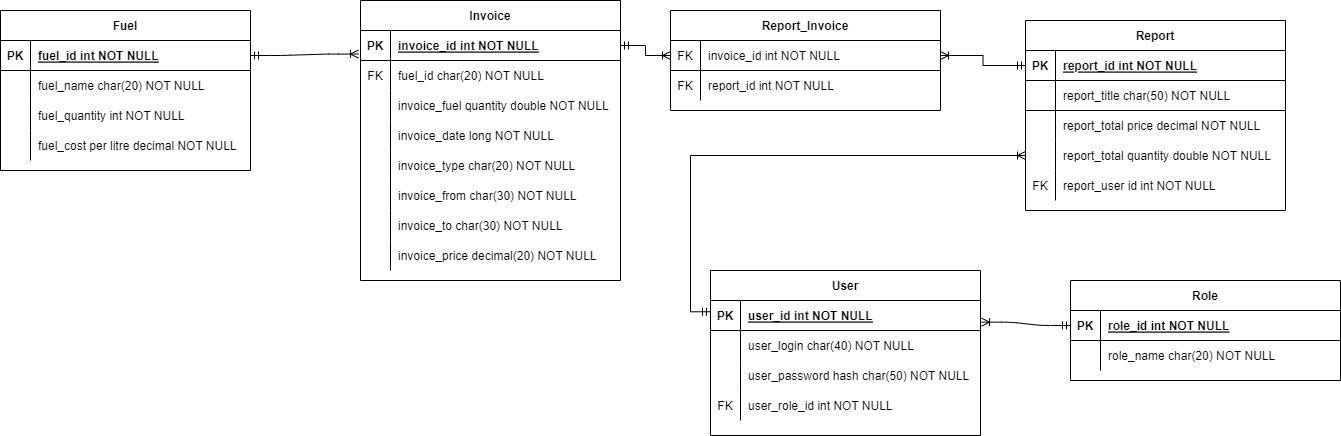
Above: doc/images/ER-Diagram.png in NyIIIa/GasStation (draw.io), before the change. Source tidied: cells renumbered, new cells last; positions are measured from the earlier drawing's top-left corner, leaving out a move shared by most shapes.
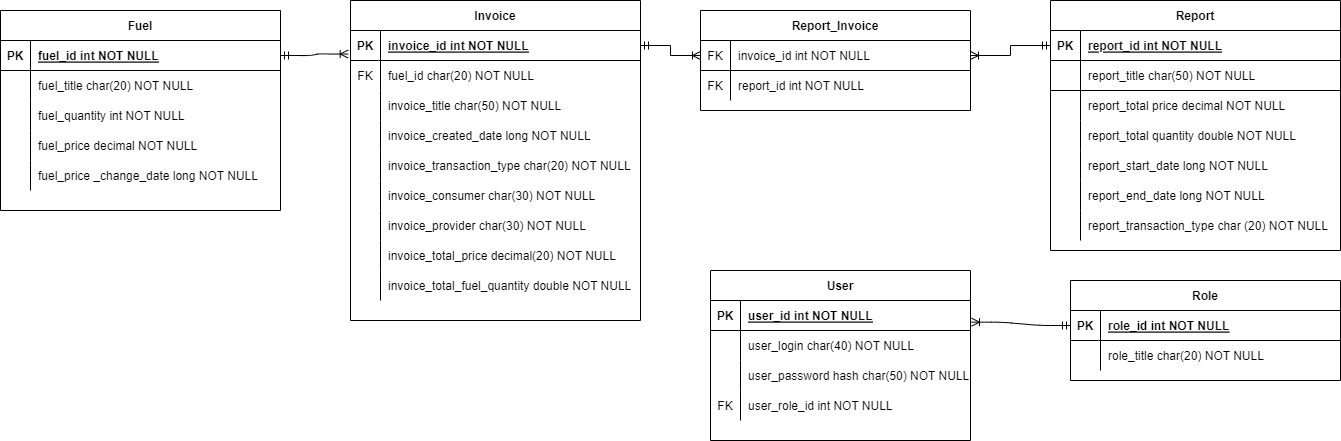
After the change.

Change to the diagram source:
```diff
@@ -5,6 +5,6 @@
     <mxCell id="2" value="Invoice" style="shape=table;startSize=30;rowLines=0;fontStyle=1;align=center;" parent="1" vertex="1">
-      <mxGeometry x="360" width="260" height="280" as="geometry" />
+      <mxGeometry x="350" width="290" height="320" as="geometry" />
     </mxCell>
     <mxCell id="3" style="shape=partialRectangle;fillColor=none;points=[[0,0.5],[1,0.5]];portConstraint=eastwest;top=0;left=0;right=0;bottom=1;" parent="2" vertex="1">
-      <mxGeometry y="30" width="260" height="30" as="geometry" />
+      <mxGeometry y="30" width="290" height="30" as="geometry" />
     </mxCell>
@@ -14,6 +14,6 @@
     <mxCell id="5" value="invoice_id int NOT NULL " style="shape=partialRectangle;overflow=hidden;fillColor=none;top=0;left=0;bottom=0;right=0;align=left;spacingLeft=6;fontStyle=5;" parent="3" vertex="1">
-      <mxGeometry x="30" width="230" height="30" as="geometry" />
+      <mxGeometry x="30" width="260" height="30" as="geometry" />
     </mxCell>
     <mxCell id="6" style="shape=partialRectangle;fillColor=none;top=0;left=0;right=0;bottom=0;" parent="2" vertex="1">
-      <mxGeometry y="60" width="260" height="30" as="geometry" />
+      <mxGeometry y="60" width="290" height="30" as="geometry" />
     </mxCell>
@@ -23,6 +23,6 @@
     <mxCell id="8" value="fuel_id char(20) NOT NULL" style="shape=partialRectangle;overflow=hidden;fillColor=none;top=0;left=0;bottom=0;right=0;align=left;spacingLeft=6;" parent="6" vertex="1">
-      <mxGeometry x="30" width="230" height="30" as="geometry" />
+      <mxGeometry x="30" width="260" height="30" as="geometry" />
     </mxCell>
     <mxCell id="9" style="shape=partialRectangle;fillColor=none;top=0;left=0;right=0;bottom=0;" parent="2" vertex="1">
-      <mxGeometry y="90" width="260" height="30" as="geometry" />
+      <mxGeometry y="90" width="290" height="30" as="geometry" />
     </mxCell>
@@ -31,7 +31,7 @@
     </mxCell>
-    <mxCell id="11" value="invoice_fuel quantity double NOT NULL" style="shape=partialRectangle;overflow=hidden;fillColor=none;top=0;left=0;bottom=0;right=0;align=left;spacingLeft=6;" parent="9" vertex="1">
-      <mxGeometry x="30" width="230" height="30" as="geometry" />
+    <mxCell id="11" value="invoice_title char(50) NOT NULL" style="shape=partialRectangle;overflow=hidden;fillColor=none;top=0;left=0;bottom=0;right=0;align=left;spacingLeft=6;" parent="9" vertex="1">
+      <mxGeometry x="30" width="260" height="30" as="geometry" />
     </mxCell>
     <mxCell id="12" style="shape=partialRectangle;fillColor=none;top=0;left=0;right=0;bottom=0;" parent="2" vertex="1">
-      <mxGeometry y="120" width="260" height="30" as="geometry" />
+      <mxGeometry y="120" width="290" height="30" as="geometry" />
     </mxCell>
@@ -40,7 +40,7 @@
     </mxCell>
-    <mxCell id="14" value="invoice_date long NOT NULL" style="shape=partialRectangle;overflow=hidden;fillColor=none;top=0;left=0;bottom=0;right=0;align=left;spacingLeft=6;" parent="12" vertex="1">
-      <mxGeometry x="30" width="230" height="30" as="geometry" />
+    <mxCell id="14" value="invoice_created_date long NOT NULL" style="shape=partialRectangle;overflow=hidden;fillColor=none;top=0;left=0;bottom=0;right=0;align=left;spacingLeft=6;" parent="12" vertex="1">
+      <mxGeometry x="30" width="260" height="30" as="geometry" />
     </mxCell>
     <mxCell id="15" style="shape=partialRectangle;fillColor=none;top=0;left=0;right=0;bottom=0;" parent="2" vertex="1">
-      <mxGeometry y="150" width="260" height="30" as="geometry" />
+      <mxGeometry y="150" width="290" height="30" as="geometry" />
     </mxCell>
@@ -49,7 +49,7 @@
     </mxCell>
-    <mxCell id="17" value="invoice_type char(20) NOT NULL" style="shape=partialRectangle;overflow=hidden;fillColor=none;top=0;left=0;bottom=0;right=0;align=left;spacingLeft=6;" parent="15" vertex="1">
-      <mxGeometry x="30" width="230" height="30" as="geometry" />
+    <mxCell id="17" value="invoice_transaction_type char(20) NOT NULL" style="shape=partialRectangle;overflow=hidden;fillColor=none;top=0;left=0;bottom=0;right=0;align=left;spacingLeft=6;" parent="15" vertex="1">
+      <mxGeometry x="30" width="260" height="30" as="geometry" />
     </mxCell>
     <mxCell id="18" style="shape=partialRectangle;fillColor=none;top=0;left=0;right=0;bottom=0;" parent="2" vertex="1">
-      <mxGeometry y="180" width="260" height="30" as="geometry" />
+      <mxGeometry y="180" width="290" height="30" as="geometry" />
     </mxCell>
@@ -58,7 +58,7 @@
     </mxCell>
-    <mxCell id="20" value="invoice_from char(30) NOT NULL" style="shape=partialRectangle;overflow=hidden;fillColor=none;top=0;left=0;bottom=0;right=0;align=left;spacingLeft=6;" parent="18" vertex="1">
-      <mxGeometry x="30" width="230" height="30" as="geometry" />
+    <mxCell id="20" value="invoice_consumer char(30) NOT NULL" style="shape=partialRectangle;overflow=hidden;fillColor=none;top=0;left=0;bottom=0;right=0;align=left;spacingLeft=6;" parent="18" vertex="1">
+      <mxGeometry x="30" width="260" height="30" as="geometry" />
     </mxCell>
     <mxCell id="21" style="shape=partialRectangle;fillColor=none;top=0;left=0;right=0;bottom=0;" parent="2" vertex="1">
-      <mxGeometry y="210" width="260" height="30" as="geometry" />
+      <mxGeometry y="210" width="290" height="30" as="geometry" />
     </mxCell>
@@ -67,7 +67,16 @@
     </mxCell>
-    <mxCell id="23" value="invoice_to char(30) NOT NULL" style="shape=partialRectangle;overflow=hidden;fillColor=none;top=0;left=0;bottom=0;right=0;align=left;spacingLeft=6;" parent="21" vertex="1">
-      <mxGeometry x="30" width="230" height="30" as="geometry" />
+    <mxCell id="23" value="invoice_provider char(30) NOT NULL" style="shape=partialRectangle;overflow=hidden;fillColor=none;top=0;left=0;bottom=0;right=0;align=left;spacingLeft=6;" parent="21" vertex="1">
+      <mxGeometry x="30" width="260" height="30" as="geometry" />
     </mxCell>
+    <mxCell id="88" style="shape=partialRectangle;fillColor=none;top=0;left=0;right=0;bottom=0;" parent="2" vertex="1">
+      <mxGeometry y="240" width="290" height="30" as="geometry" />
+    </mxCell>
+    <mxCell id="89" style="shape=partialRectangle;overflow=hidden;fillColor=none;top=0;left=0;bottom=0;right=0;" parent="88" vertex="1">
+      <mxGeometry width="30" height="30" as="geometry" />
+    </mxCell>
+    <mxCell id="90" value="invoice_total_price decimal(20) NOT NULL" style="shape=partialRectangle;overflow=hidden;fillColor=none;top=0;left=0;bottom=0;right=0;align=left;spacingLeft=6;" parent="88" vertex="1">
+      <mxGeometry x="30" width="260" height="30" as="geometry" />
+    </mxCell>
     <mxCell id="24" style="shape=partialRectangle;fillColor=none;top=0;left=0;right=0;bottom=0;" parent="2" vertex="1">
-      <mxGeometry y="240" width="260" height="30" as="geometry" />
+      <mxGeometry y="270" width="290" height="30" as="geometry" />
     </mxCell>
@@ -76,13 +85,10 @@
     </mxCell>
-    <mxCell id="26" value="invoice_price decimal(20) NOT NULL" style="shape=partialRectangle;overflow=hidden;fillColor=none;top=0;left=0;bottom=0;right=0;align=left;spacingLeft=6;" parent="24" vertex="1">
-      <mxGeometry x="30" width="230" height="30" as="geometry" />
+    <mxCell id="26" value="invoice_total_fuel_quantity double NOT NULL" style="shape=partialRectangle;overflow=hidden;fillColor=none;top=0;left=0;bottom=0;right=0;align=left;spacingLeft=6;" parent="24" vertex="1">
+      <mxGeometry x="30" width="260" height="30" as="geometry" />
     </mxCell>
-    <mxCell id="27" style="edgeStyle=orthogonalEdgeStyle;rounded=0;jettySize=auto;html=1;exitX=0;exitY=0.25;exitDx=0;exitDy=0;entryX=0;entryY=0.5;entryDx=0;entryDy=0;endArrow=ERoneToMany;endFill=0;startArrow=ERmandOne;startFill=0;" parent="1" edge="1" source="28" target="73">
-      <mxGeometry relative="1" as="geometry" />
-    </mxCell>
     <mxCell id="28" value="User" style="shape=table;startSize=30;rowLines=0;fontStyle=1;align=center;" parent="1" vertex="1">
-      <mxGeometry x="710" y="270" width="270" height="165" as="geometry" />
+      <mxGeometry x="710" y="270" width="260" height="170" as="geometry" />
     </mxCell>
     <mxCell id="29" style="shape=partialRectangle;fillColor=none;points=[[0,0.5],[1,0.5]];portConstraint=eastwest;top=0;left=0;right=0;bottom=1;" parent="28" vertex="1">
-      <mxGeometry y="30" width="270" height="30" as="geometry" />
+      <mxGeometry y="30" width="260" height="30" as="geometry" />
     </mxCell>
@@ -92,6 +98,6 @@
     <mxCell id="31" value="user_id int NOT NULL " style="shape=partialRectangle;overflow=hidden;fillColor=none;top=0;left=0;bottom=0;right=0;align=left;spacingLeft=6;fontStyle=5;" parent="29" vertex="1">
-      <mxGeometry x="30" width="240" height="30" as="geometry" />
+      <mxGeometry x="30" width="230" height="30" as="geometry" />
     </mxCell>
     <mxCell id="32" style="shape=partialRectangle;fillColor=none;top=0;left=0;right=0;bottom=0;" parent="28" vertex="1">
-      <mxGeometry y="60" width="270" height="30" as="geometry" />
+      <mxGeometry y="60" width="260" height="30" as="geometry" />
     </mxCell>
@@ -101,6 +107,6 @@
     <mxCell id="34" value="user_login char(40) NOT NULL" style="shape=partialRectangle;overflow=hidden;fillColor=none;top=0;left=0;bottom=0;right=0;align=left;spacingLeft=6;" parent="32" vertex="1">
-      <mxGeometry x="30" width="240" height="30" as="geometry" />
+      <mxGeometry x="30" width="230" height="30" as="geometry" />
     </mxCell>
     <mxCell id="35" style="shape=partialRectangle;fillColor=none;top=0;left=0;right=0;bottom=0;" parent="28" vertex="1">
-      <mxGeometry y="90" width="270" height="30" as="geometry" />
+      <mxGeometry y="90" width="260" height="30" as="geometry" />
     </mxCell>
@@ -110,6 +116,6 @@
     <mxCell id="37" value="user_password hash char(50) NOT NULL" style="shape=partialRectangle;overflow=hidden;fillColor=none;top=0;left=0;bottom=0;right=0;align=left;spacingLeft=6;" parent="35" vertex="1">
-      <mxGeometry x="30" width="240" height="30" as="geometry" />
+      <mxGeometry x="30" width="230" height="30" as="geometry" />
     </mxCell>
     <mxCell id="38" style="shape=partialRectangle;fillColor=none;top=0;left=0;right=0;bottom=0;" parent="28" vertex="1">
-      <mxGeometry y="120" width="270" height="30" as="geometry" />
+      <mxGeometry y="120" width="260" height="30" as="geometry" />
     </mxCell>
@@ -119,9 +125,9 @@
     <mxCell id="40" value="user_role_id int NOT NULL" style="shape=partialRectangle;overflow=hidden;fillColor=none;top=0;left=0;bottom=0;right=0;align=left;spacingLeft=6;" parent="38" vertex="1">
-      <mxGeometry x="30" width="240" height="30" as="geometry" />
+      <mxGeometry x="30" width="230" height="30" as="geometry" />
     </mxCell>
     <mxCell id="41" value="Fuel" style="shape=table;startSize=30;rowLines=0;fontStyle=1;align=center;" parent="1" vertex="1">
-      <mxGeometry y="10" width="250" height="160" as="geometry" />
+      <mxGeometry y="10" width="280" height="200" as="geometry" />
     </mxCell>
     <mxCell id="42" style="shape=partialRectangle;fillColor=none;points=[[0,0.5],[1,0.5]];portConstraint=eastwest;top=0;left=0;right=0;bottom=1;" parent="41" vertex="1">
-      <mxGeometry y="30" width="250" height="30" as="geometry" />
+      <mxGeometry y="30" width="280" height="30" as="geometry" />
     </mxCell>
@@ -131,6 +137,6 @@
     <mxCell id="44" value="fuel_id int NOT NULL " style="shape=partialRectangle;overflow=hidden;fillColor=none;top=0;left=0;bottom=0;right=0;align=left;spacingLeft=6;fontStyle=5;" parent="42" vertex="1">
-      <mxGeometry x="30" width="220" height="30" as="geometry" />
+      <mxGeometry x="30" width="250" height="30" as="geometry" />
     </mxCell>
     <mxCell id="45" style="shape=partialRectangle;fillColor=none;top=0;left=0;right=0;bottom=0;" parent="41" vertex="1">
-      <mxGeometry y="60" width="250" height="30" as="geometry" />
+      <mxGeometry y="60" width="280" height="30" as="geometry" />
     </mxCell>
@@ -139,7 +145,7 @@
     </mxCell>
-    <mxCell id="47" value="fuel_name char(20) NOT NULL" style="shape=partialRectangle;overflow=hidden;fillColor=none;top=0;left=0;bottom=0;right=0;align=left;spacingLeft=6;" parent="45" vertex="1">
-      <mxGeometry x="30" width="220" height="30" as="geometry" />
+    <mxCell id="47" value="fuel_title char(20) NOT NULL" style="shape=partialRectangle;overflow=hidden;fillColor=none;top=0;left=0;bottom=0;right=0;align=left;spacingLeft=6;" parent="45" vertex="1">
+      <mxGeometry x="30" width="250" height="30" as="geometry" />
     </mxCell>
     <mxCell id="48" style="shape=partialRectangle;fillColor=none;top=0;left=0;right=0;bottom=0;" parent="41" vertex="1">
-      <mxGeometry y="90" width="250" height="30" as="geometry" />
+      <mxGeometry y="90" width="280" height="30" as="geometry" />
     </mxCell>
@@ -149,13 +155,22 @@
     <mxCell id="50" value="fuel_quantity int NOT NULL" style="shape=partialRectangle;overflow=hidden;fillColor=none;top=0;left=0;bottom=0;right=0;align=left;spacingLeft=6;" parent="48" vertex="1">
-      <mxGeometry x="30" width="220" height="30" as="geometry" />
+      <mxGeometry x="30" width="250" height="30" as="geometry" />
     </mxCell>
-    <mxCell id="51" style="shape=partialRectangle;fillColor=none;top=0;left=0;right=0;bottom=0;" parent="41" vertex="1">
-      <mxGeometry y="120" width="250" height="30" as="geometry" />
-    </mxCell>
-    <mxCell id="52" style="shape=partialRectangle;overflow=hidden;fillColor=none;top=0;left=0;bottom=0;right=0;" parent="51" vertex="1">
-      <mxGeometry width="30" height="30" as="geometry" />
-    </mxCell>
-    <mxCell id="53" value="fuel_cost per litre decimal NOT NULL" style="shape=partialRectangle;overflow=hidden;fillColor=none;top=0;left=0;bottom=0;right=0;align=left;spacingLeft=6;" parent="51" vertex="1">
-      <mxGeometry x="30" width="220" height="30" as="geometry" />
-    </mxCell>
+    <mxCell id="91" style="shape=partialRectangle;fillColor=none;top=0;left=0;right=0;bottom=0;" parent="41" vertex="1">
+      <mxGeometry y="120" width="280" height="30" as="geometry" />
+    </mxCell>
+    <mxCell id="92" style="shape=partialRectangle;overflow=hidden;fillColor=none;top=0;left=0;bottom=0;right=0;" parent="91" vertex="1">
+      <mxGeometry width="30" height="30" as="geometry" />
+    </mxCell>
+    <mxCell id="93" value="fuel_price decimal NOT NULL" style="shape=partialRectangle;overflow=hidden;fillColor=none;top=0;left=0;bottom=0;right=0;align=left;spacingLeft=6;" parent="91" vertex="1">
+      <mxGeometry x="30" width="250" height="30" as="geometry" />
+    </mxCell>
+    <mxCell id="94" style="shape=partialRectangle;fillColor=none;top=0;left=0;right=0;bottom=0;" parent="41" vertex="1">
+      <mxGeometry y="150" width="280" height="30" as="geometry" />
+    </mxCell>
+    <mxCell id="95" style="shape=partialRectangle;overflow=hidden;fillColor=none;top=0;left=0;bottom=0;right=0;" parent="94" vertex="1">
+      <mxGeometry width="30" height="30" as="geometry" />
+    </mxCell>
+    <mxCell id="96" value="fuel_price _change_date long NOT NULL" style="shape=partialRectangle;overflow=hidden;fillColor=none;top=0;left=0;bottom=0;right=0;align=left;spacingLeft=6;" parent="94" vertex="1">
+      <mxGeometry x="30" width="250" height="30" as="geometry" />
+    </mxCell>
     <mxCell id="54" value="Role" style="shape=table;startSize=30;rowLines=0;fontStyle=1;align=center;" parent="1" vertex="1">
@@ -178,3 +193,3 @@
     </mxCell>
-    <mxCell id="60" value="role_name char(20) NOT NULL" style="shape=partialRectangle;overflow=hidden;fillColor=none;top=0;left=0;bottom=0;right=0;align=left;spacingLeft=6;" parent="58" vertex="1">
+    <mxCell id="60" value="role_title char(20) NOT NULL" style="shape=partialRectangle;overflow=hidden;fillColor=none;top=0;left=0;bottom=0;right=0;align=left;spacingLeft=6;" parent="58" vertex="1">
       <mxGeometry x="30" width="240" height="30" as="geometry" />
@@ -188,6 +203,6 @@
     <mxCell id="63" value="Report" style="shape=table;startSize=30;rowLines=0;fontStyle=1;align=center;" parent="1" vertex="1">
-      <mxGeometry x="1025" y="20" width="260" height="190" as="geometry" />
+      <mxGeometry x="1050" width="290" height="250" as="geometry" />
     </mxCell>
     <mxCell id="64" style="shape=partialRectangle;fillColor=none;points=[[0,0.5],[1,0.5]];portConstraint=eastwest;top=0;left=0;right=0;bottom=1;" parent="63" vertex="1">
-      <mxGeometry y="30" width="260" height="30" as="geometry" />
+      <mxGeometry y="30" width="290" height="30" as="geometry" />
     </mxCell>
@@ -197,6 +212,6 @@
     <mxCell id="66" value="report_id int NOT NULL " style="shape=partialRectangle;overflow=hidden;fillColor=none;top=0;left=0;bottom=0;right=0;align=left;spacingLeft=6;fontStyle=5;" parent="64" vertex="1">
-      <mxGeometry x="30" width="230" height="30" as="geometry" />
+      <mxGeometry x="30" width="260" height="30" as="geometry" />
     </mxCell>
     <mxCell id="67" style="shape=partialRectangle;fillColor=none;top=0;left=0;right=0;bottom=1;" parent="63" vertex="1">
-      <mxGeometry y="60" width="260" height="30" as="geometry" />
+      <mxGeometry y="60" width="290" height="30" as="geometry" />
     </mxCell>
@@ -206,6 +221,6 @@
     <mxCell id="69" value="report_title char(50) NOT NULL " style="shape=partialRectangle;overflow=hidden;fillColor=none;top=0;left=0;bottom=0;right=0;align=left;spacingLeft=6;fontStyle=0;" parent="67" vertex="1">
-      <mxGeometry x="30" width="230" height="30" as="geometry" />
+      <mxGeometry x="30" width="260" height="30" as="geometry" />
     </mxCell>
     <mxCell id="70" style="shape=partialRectangle;fillColor=none;top=0;left=0;right=0;bottom=0;" parent="63" vertex="1">
-      <mxGeometry y="90" width="260" height="30" as="geometry" />
+      <mxGeometry y="90" width="290" height="30" as="geometry" />
     </mxCell>
@@ -215,6 +230,33 @@
     <mxCell id="72" value="report_total price decimal NOT NULL" style="shape=partialRectangle;overflow=hidden;fillColor=none;top=0;left=0;bottom=0;right=0;align=left;spacingLeft=6;" parent="70" vertex="1">
-      <mxGeometry x="30" width="230" height="30" as="geometry" />
+      <mxGeometry x="30" width="260" height="30" as="geometry" />
     </mxCell>
+    <mxCell id="97" style="shape=partialRectangle;fillColor=none;top=0;left=0;right=0;bottom=0;" parent="63" vertex="1">
+      <mxGeometry y="120" width="290" height="30" as="geometry" />
+    </mxCell>
+    <mxCell id="98" style="shape=partialRectangle;overflow=hidden;fillColor=none;top=0;left=0;bottom=0;right=0;" parent="97" vertex="1">
+      <mxGeometry width="30" height="30" as="geometry" />
+    </mxCell>
+    <mxCell id="99" value="report_total quantity double NOT NULL" style="shape=partialRectangle;overflow=hidden;fillColor=none;top=0;left=0;bottom=0;right=0;align=left;spacingLeft=6;" parent="97" vertex="1">
+      <mxGeometry x="30" width="260" height="30" as="geometry" />
+    </mxCell>
+    <mxCell id="100" style="shape=partialRectangle;fillColor=none;top=0;left=0;right=0;bottom=0;" parent="63" vertex="1">
+      <mxGeometry y="150" width="290" height="30" as="geometry" />
+    </mxCell>
+    <mxCell id="101" style="shape=partialRectangle;overflow=hidden;fillColor=none;top=0;left=0;bottom=0;right=0;" parent="100" vertex="1">
+      <mxGeometry width="30" height="30" as="geometry" />
+    </mxCell>
+    <mxCell id="102" value="report_start_date long NOT NULL" style="shape=partialRectangle;overflow=hidden;fillColor=none;top=0;left=0;bottom=0;right=0;align=left;spacingLeft=6;" parent="100" vertex="1">
+      <mxGeometry x="30" width="260" height="30" as="geometry" />
+    </mxCell>
+    <mxCell id="103" style="shape=partialRectangle;fillColor=none;top=0;left=0;right=0;bottom=0;" parent="63" vertex="1">
+      <mxGeometry y="180" width="290" height="30" as="geometry" />
+    </mxCell>
+    <mxCell id="104" style="shape=partialRectangle;overflow=hidden;fillColor=none;top=0;left=0;bottom=0;right=0;" parent="103" vertex="1">
+      <mxGeometry width="30" height="30" as="geometry" />
+    </mxCell>
+    <mxCell id="105" value="report_end_date long NOT NULL" style="shape=partialRectangle;overflow=hidden;fillColor=none;top=0;left=0;bottom=0;right=0;align=left;spacingLeft=6;" parent="103" vertex="1">
+      <mxGeometry x="30" width="260" height="30" as="geometry" />
+    </mxCell>
     <mxCell id="73" style="shape=partialRectangle;fillColor=none;points=[[0,0.5],[1,0.5]];portConstraint=eastwest;top=0;left=0;right=0;bottom=0;" parent="63" vertex="1">
-      <mxGeometry y="120" width="260" height="30" as="geometry" />
+      <mxGeometry y="210" width="290" height="30" as="geometry" />
     </mxCell>
@@ -223,16 +265,7 @@
     </mxCell>
-    <mxCell id="75" value="report_total quantity double NOT NULL" style="shape=partialRectangle;overflow=hidden;fillColor=none;top=0;left=0;bottom=0;right=0;align=left;spacingLeft=6;" parent="73" vertex="1">
-      <mxGeometry x="30" width="230" height="30" as="geometry" />
+    <mxCell id="75" value="report_transaction_type char (20) NOT NULL" style="shape=partialRectangle;overflow=hidden;fillColor=none;top=0;left=0;bottom=0;right=0;align=left;spacingLeft=6;" parent="73" vertex="1">
+      <mxGeometry x="30" width="260" height="30" as="geometry" />
     </mxCell>
-    <mxCell id="76" style="shape=partialRectangle;fillColor=none;top=0;left=0;right=0;bottom=0;" parent="63" vertex="1">
-      <mxGeometry y="150" width="260" height="30" as="geometry" />
-    </mxCell>
-    <mxCell id="77" value="FK" style="shape=partialRectangle;overflow=hidden;fillColor=none;top=0;left=0;bottom=0;right=0;" parent="76" vertex="1">
-      <mxGeometry width="30" height="30" as="geometry" />
-    </mxCell>
-    <mxCell id="78" value="report_user id int NOT NULL" style="shape=partialRectangle;overflow=hidden;fillColor=none;top=0;left=0;bottom=0;right=0;align=left;spacingLeft=6;" parent="76" vertex="1">
-      <mxGeometry x="30" width="230" height="30" as="geometry" />
-    </mxCell>
     <mxCell id="79" value="Report_Invoice" style="shape=table;startSize=30;rowLines=0;fontStyle=1;align=center;" parent="1" vertex="1">
-      <mxGeometry x="670" y="10" width="270" height="100" as="geometry" />
+      <mxGeometry x="700" y="10" width="270" height="100" as="geometry" />
     </mxCell>
```
